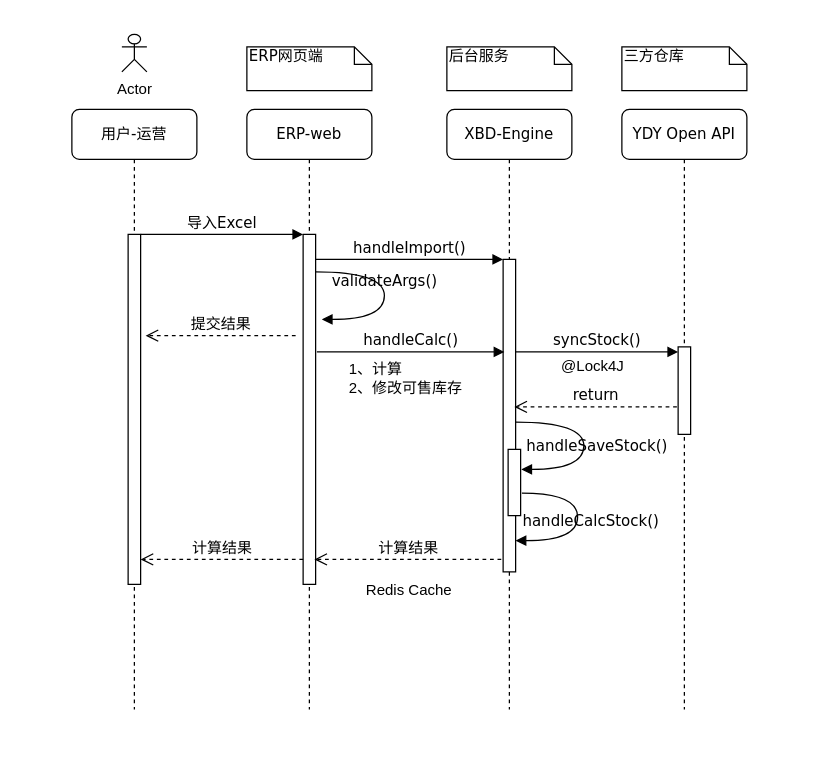
unclequentin/diagrams keeps this draw.io diagram as page "Page-1" (1 of 2) of 未命名绘图.drawio. Above is the earlier version. Source tidied: cells renumbered, new cells numbered last; positions are measured from the earlier drawing's top-left corner, leaving out a move shared by most shapes. Both pictures are drawn from the tidied source at 125%, with x=0, y=0 at pixel (71, 34).
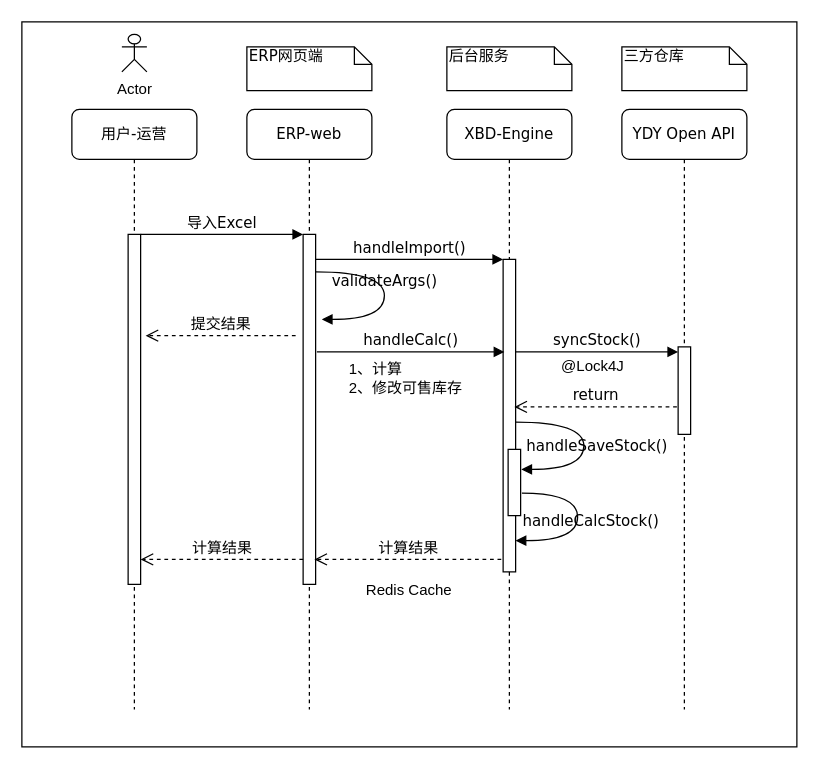
The same page after the edit.

Commit message:
更新未命名绘图.drawio

The edit, as a diff of the source:
```diff
@@
+    <mxCell id="29" style="rounded=0;whiteSpace=wrap;html=1;" parent="1" vertex="1">
+      <mxGeometry x="-40" y="-10" width="620" height="580" as="geometry" />
+    </mxCell>
```
